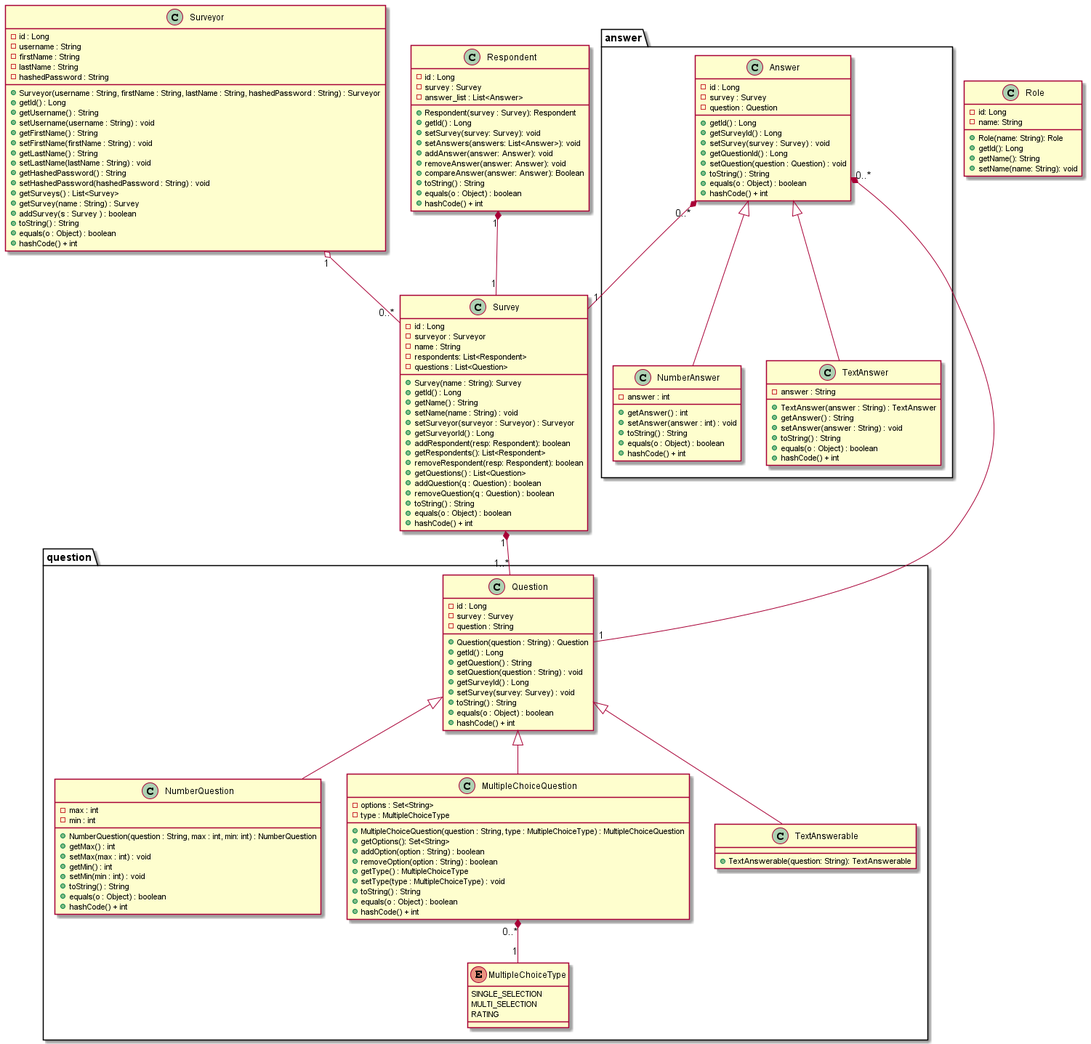
This is docs/Models.png from Daniel-W-Innes/SYSC4806-Project-Backend, a PlantUML export, as it was before one commit.
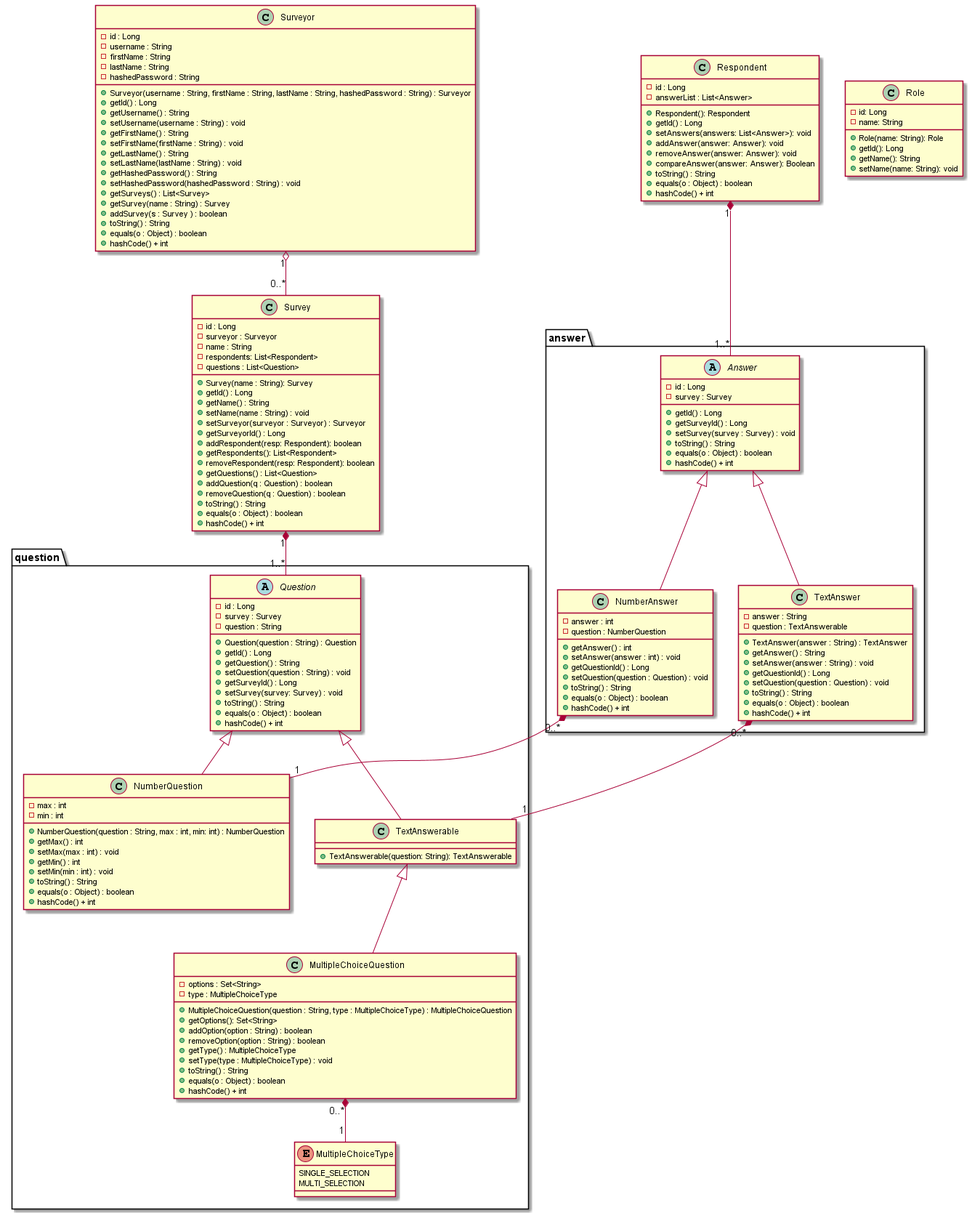
After the change.

What changed in the source:
```diff
@@ -49,11 +49,9 @@
 
 class Respondent{
     - id : Long
-    - survey : Survey
-    - answer_list : List<Answer>
-    + Respondent(survey : Survey): Respondent
+    - answerList : List<Answer>
+    + Respondent(): Respondent
     + getId() : Long
-    + setSurvey(survey: Survey): void
     + setAnswers(answers: List<Answer>): void
     + addAnswer(answer: Answer): void
     + removeAnswer(answer: Answer): void
@@ -73,7 +71,7 @@
 }
 
 package question{
-    class Question{
+    abstract class Question{
         - id : Long
         - survey : Survey
         - question : String
@@ -102,9 +100,8 @@
     enum MultipleChoiceType{
         SINGLE_SELECTION
         MULTI_SELECTION
-        RATING
     }
-    class MultipleChoiceQuestion extends Question{
+    class MultipleChoiceQuestion extends TextAnswerable{
         - options : Set<String>
         - type : MultipleChoiceType
         + MultipleChoiceQuestion(question : String, type : MultipleChoiceType) : MultipleChoiceQuestion
@@ -122,32 +119,35 @@
     }
 }
 package answer{
-    class Answer{
+    abstract class Answer{
         - id : Long
         - survey : Survey
-        - question : Question
         + getId() : Long
         + getSurveyId() : Long
         + setSurvey(survey : Survey) : void
+        + toString() : String
+        + equals(o : Object) : boolean
+        + hashCode() + int
+    }
+    class NumberAnswer extends Answer{
+        - answer : int
+        - question : NumberQuestion
+        + getAnswer() : int
+        + setAnswer(answer : int) : void
         + getQuestionId() : Long
         + setQuestion(question : Question) : void
         + toString() : String
         + equals(o : Object) : boolean
         + hashCode() + int
     }
-    class NumberAnswer extends Answer{
-        - answer : int
-        + getAnswer() : int
-        + setAnswer(answer : int) : void
-        + toString() : String
-        + equals(o : Object) : boolean
-        + hashCode() + int
-    }
     class TextAnswer extends Answer{
         - answer : String
+        - question : TextAnswerable
         + TextAnswer(answer : String) : TextAnswer
         + getAnswer() : String
         + setAnswer(answer : String) : void
+        + getQuestionId() : Long
+        + setQuestion(question : Question) : void
         + toString() : String
         + equals(o : Object) : boolean
         + hashCode() + int
@@ -156,10 +156,10 @@
 
 Surveyor "1" o-- "0..*" Survey
 Survey "1" *-- "1..*" Question
-Answer "0..*" *-- "1" Survey
-Answer "0..*" *-- "1" Question
+TextAnswer "0..*" *-- "1" TextAnswerable
+NumberAnswer "0..*" *-- "1" NumberQuestion
 MultipleChoiceQuestion "0..*" *-- "1" MultipleChoiceType
-Respondent "1" *-- "1" Survey
+Respondent "1" *-- "1..*" Answer
 
 
 @enduml
```
